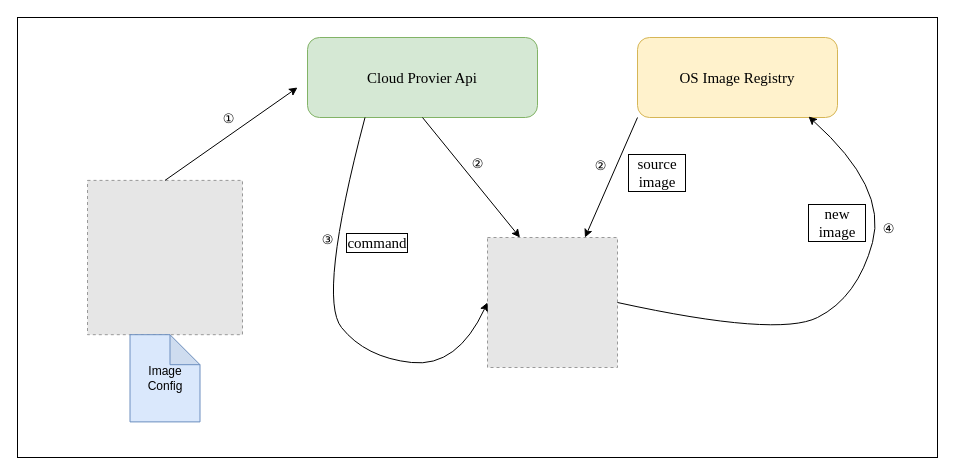
Earlier version of the draw.io diagram packer-principle.drawio (YanshanSong/draw.io). Source tidied: cells renumbered, new cells numbered last; positions are measured from the earlier drawing's top-left corner, leaving out a move shared by most shapes. Both pictures are drawn from the tidied source at 100%, with x=0, y=0 at pixel (17, 17). Pictures stored in the file or linked from it are replaced by grey dashed boxes.
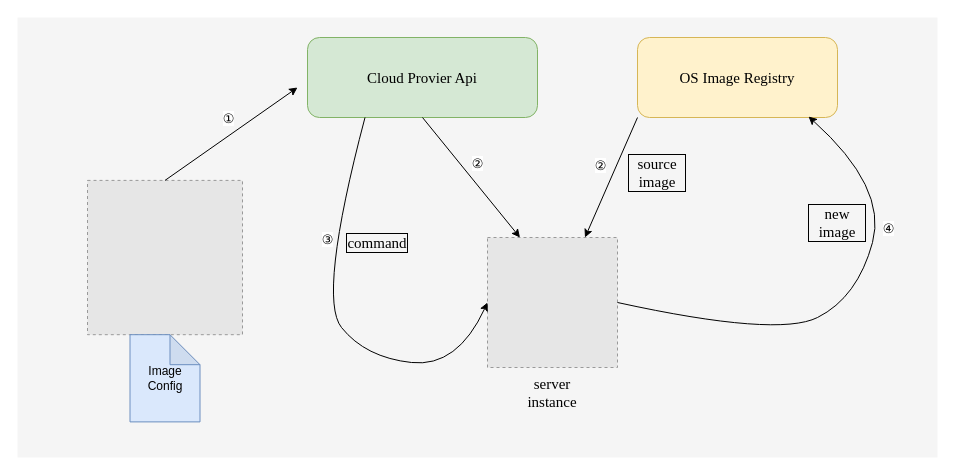
The same page after the edit.

Diff of the diagram source:
```diff
@@
-    <mxCell id="2" style="rounded=0;whiteSpace=wrap;html=1;" parent="1" vertex="1">
+    <mxCell id="2" style="rounded=0;whiteSpace=wrap;html=1;fillColor=#f5f5f5;fontColor=#333333;strokeColor=none;" parent="1" vertex="1">
       <mxGeometry width="920" height="440" as="geometry" />
     </mxCell>
@@
+    <mxCell id="21" value="&lt;span style=&quot;font-size: 15px;&quot;&gt;server instance&lt;/span&gt;" style="text;html=1;strokeColor=none;fillColor=none;align=center;verticalAlign=middle;whiteSpace=wrap;rounded=0;fontFamily=Times New Roman;fontSize=12;labelBorderColor=none;" parent="1" vertex="1">
+      <mxGeometry x="505" y="360" width="60" height="30" as="geometry" />
+    </mxCell>
```
